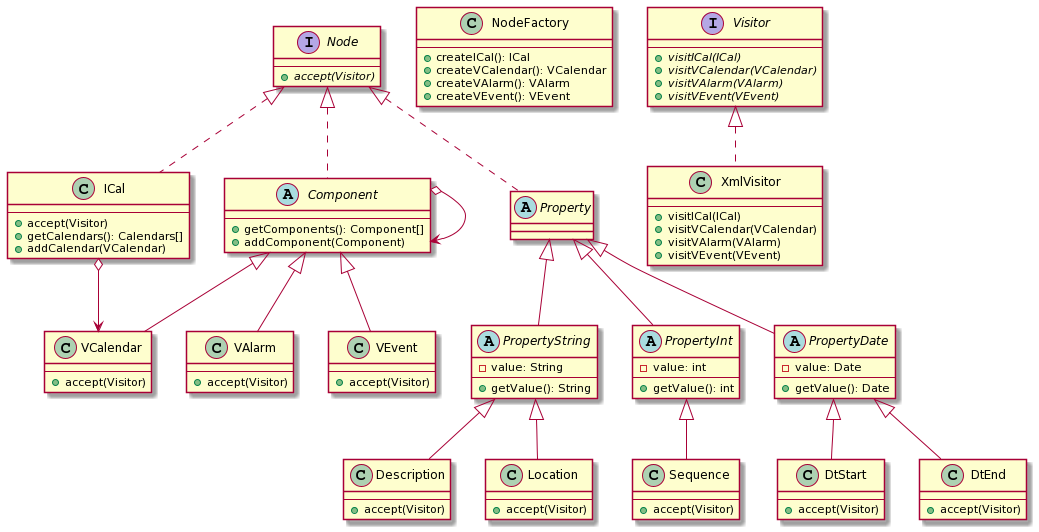
Earlier version of the PlantUML export images/uml-ast.png (lfenart/ICalParser).
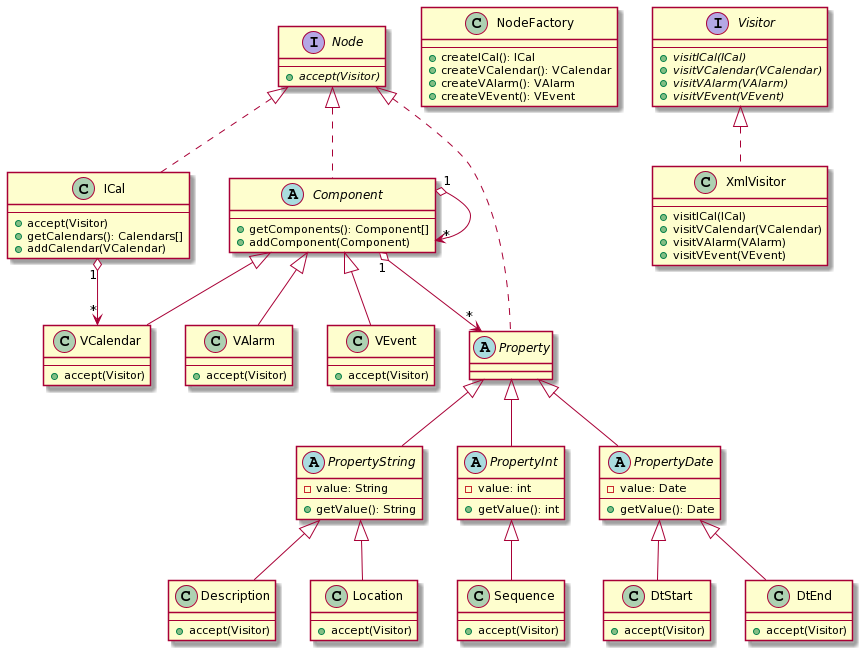
The same diagram one commit later.

Commit message:
Update ast uml

The edit, as a diff of the source:
```diff
@@ -120,6 +120,7 @@
 
 Visitor <|.. XmlVisitor
 
-ICal o--> VCalendar
-Component o--> Component
+ICal "1" o--> "*" VCalendar
+Component "1" o--> "*" Component
+Component "1" o--> "*" Property
 @enduml
```
